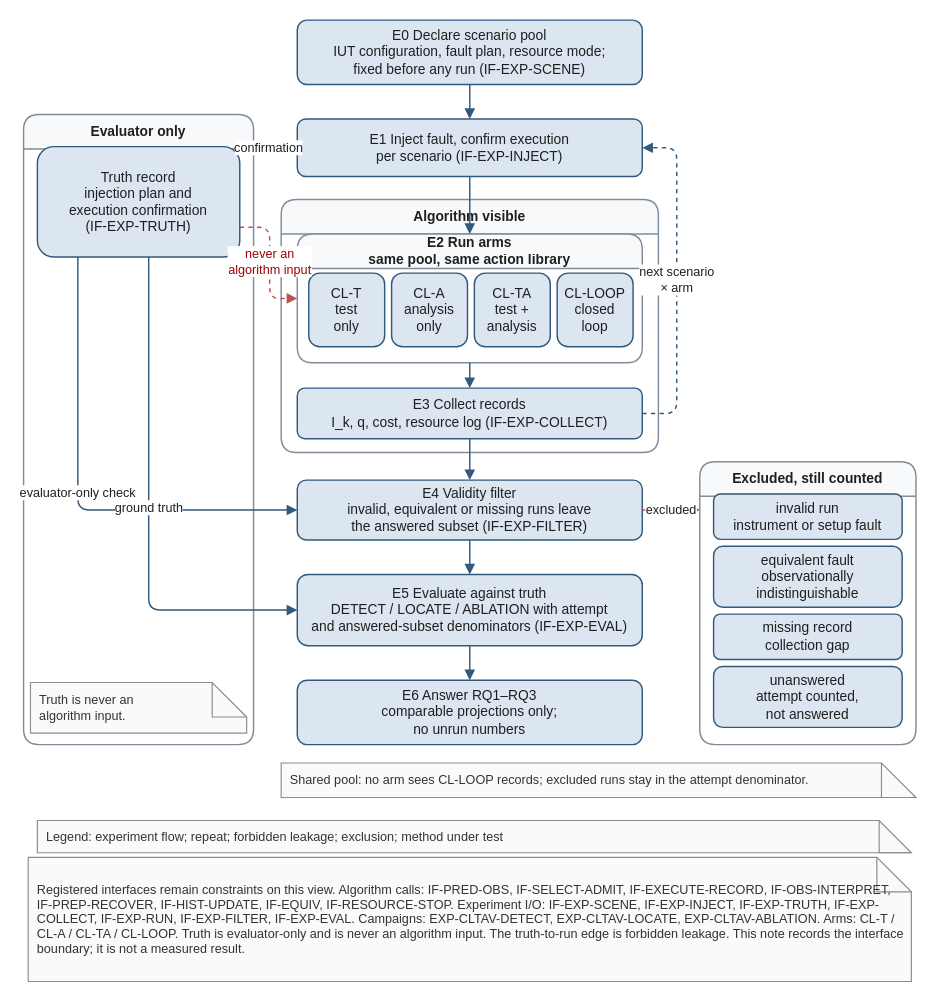
Before: docs/research/publication/models/drawio/FIG-CL-TAV-09-experiment-architecture.drawio in ZhangChi0727/arinc-615a-conformance, a draw.io diagram. Source tidied: cells renumbered, new cells numbered last; positions are measured from the earlier drawing's top-left corner, leaving out a move shared by most shapes. Both pictures are drawn from the tidied source at 115%, with x=0, y=0 at pixel (23, 20).
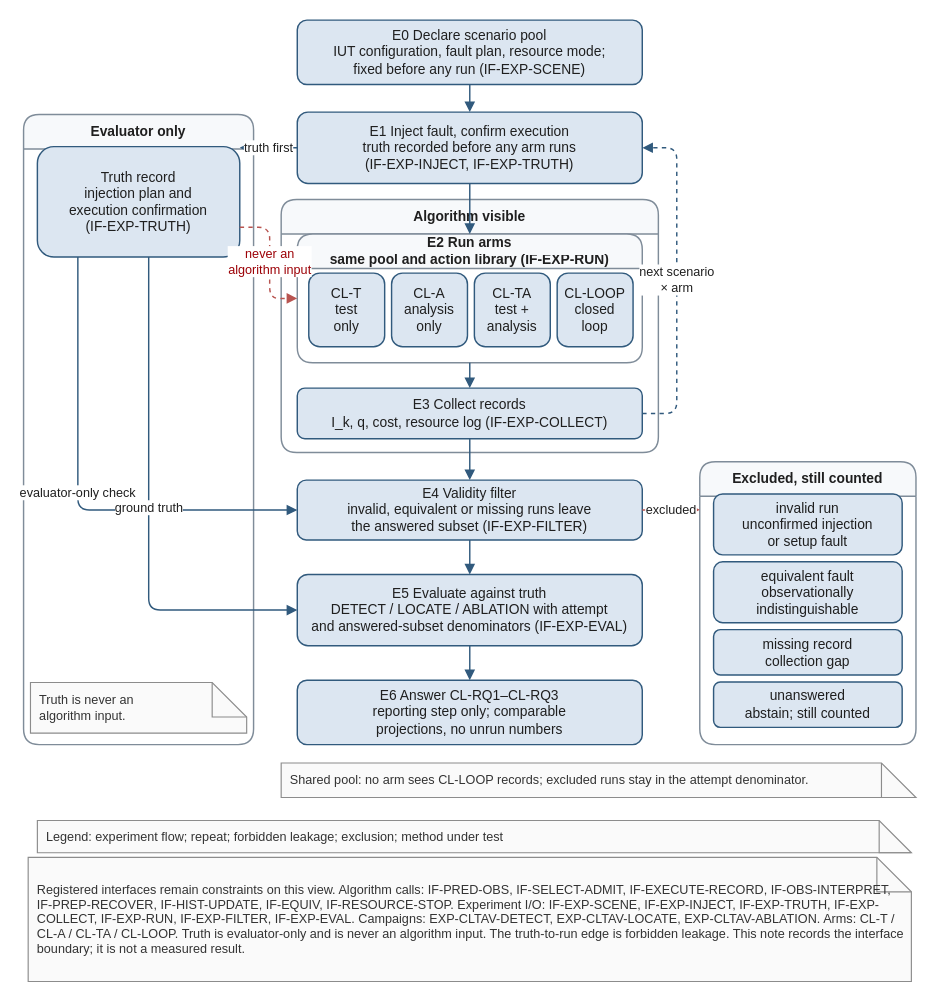
Above is the later version.

The change refers to these unchanged cells:
```xml
<mxCell id="4" value="Excluded, still counted" style="swimlane;horizontal=1;startSize=30;rounded=1;whiteSpace=wrap;html=1;fillColor=#F7F9FB;swimlaneFillColor=#FFFFFF;strokeColor=#7F8C99;strokeWidth=1.25;fontFamily=Helvetica;fontSize=12;fontStyle=1;fontColor=#1F1F1F;shadow=0;glass=0;gradientColor=none;" parent="1" vertex="1">
  <mxGeometry x="588" y="384" width="188" height="246" as="geometry" />
</mxCell>
<mxCell id="16" value="Truth record&lt;br&gt;injection plan and&lt;br&gt;execution confirmation&lt;br&gt;(IF-EXP-TRUTH)" style="rounded=1;whiteSpace=wrap;html=1;fillColor=#DCE6F1;strokeColor=#315A7D;strokeWidth=1.25;fontFamily=Helvetica;fontSize=12;fontColor=#1F1F1F;align=center;verticalAlign=middle;spacing=6;shadow=0;glass=0;gradientColor=none;" parent="2" vertex="1">
  <mxGeometry x="12" y="28" width="176" height="96" as="geometry" />
</mxCell>
```

Diff of the diagram source:
```diff
@@
-    <mxCell id="5" value="E2  Run arms&lt;br&gt;same pool, same action library" style="swimlane;horizontal=1;startSize=30;rounded=1;whiteSpace=wrap;html=1;fillColor=#F7F9FB;swimlaneFillColor=#FFFFFF;strokeColor=#7F8C99;strokeWidth=1.25;fontFamily=Helvetica;fontSize=12;fontStyle=1;fontColor=#1F1F1F;shadow=0;glass=0;gradientColor=none;" parent="1" vertex="1">
+    <mxCell id="5" value="E2  Run arms&lt;br&gt;same pool and action library  (IF-EXP-RUN)" style="swimlane;horizontal=1;startSize=30;rounded=1;whiteSpace=wrap;html=1;fillColor=#F7F9FB;swimlaneFillColor=#FFFFFF;strokeColor=#7F8C99;strokeWidth=1.25;fontFamily=Helvetica;fontSize=12;fontStyle=1;fontColor=#1F1F1F;shadow=0;glass=0;gradientColor=none;" parent="1" vertex="1">
       <mxGeometry x="238" y="186" width="300" height="112" as="geometry" />
     </mxCell>
@@
-    <mxCell id="7" value="E1  Inject fault, confirm execution&lt;br&gt;per scenario  (IF-EXP-INJECT)" style="rounded=1;whiteSpace=wrap;html=1;fillColor=#DCE6F1;strokeColor=#315A7D;strokeWidth=1.25;fontFamily=Helvetica;fontSize=12;fontColor=#1F1F1F;align=center;verticalAlign=middle;spacing=6;shadow=0;glass=0;gradientColor=none;" parent="1" vertex="1">
-      <mxGeometry x="238" y="86" width="300" height="50" as="geometry" />
+    <mxCell id="7" value="E1  Inject fault, confirm execution&lt;br&gt;truth recorded before any arm runs&lt;br&gt;(IF-EXP-INJECT, IF-EXP-TRUTH)" style="rounded=1;whiteSpace=wrap;html=1;fillColor=#DCE6F1;strokeColor=#315A7D;strokeWidth=1.25;fontFamily=Helvetica;fontSize=12;fontColor=#1F1F1F;align=center;verticalAlign=middle;spacing=6;shadow=0;glass=0;gradientColor=none;" parent="1" vertex="1">
+      <mxGeometry x="238" y="80" width="300" height="62" as="geometry" />
     </mxCell>
@@
-    <mxCell id="15" value="E6  Answer RQ1–RQ3&lt;br&gt;comparable projections only;&lt;br&gt;no unrun numbers" style="rounded=1;whiteSpace=wrap;html=1;fillColor=#DCE6F1;strokeColor=#315A7D;strokeWidth=1.25;fontFamily=Helvetica;fontSize=12;fontColor=#1F1F1F;align=center;verticalAlign=middle;spacing=6;shadow=0;glass=0;gradientColor=none;" parent="1" vertex="1">
+    <mxCell id="15" value="E6  Answer CL-RQ1–CL-RQ3&lt;br&gt;reporting step only; comparable&lt;br&gt;projections, no unrun numbers" style="rounded=1;whiteSpace=wrap;html=1;fillColor=#DCE6F1;strokeColor=#315A7D;strokeWidth=1.25;fontFamily=Helvetica;fontSize=12;fontColor=#1F1F1F;align=center;verticalAlign=middle;spacing=6;shadow=0;glass=0;gradientColor=none;" parent="1" vertex="1">
       <mxGeometry x="238" y="574" width="300" height="56" as="geometry" />
     </mxCell>
@@
-    <mxCell id="17" value="invalid run&lt;br&gt;instrument or setup fault" style="rounded=1;whiteSpace=wrap;html=1;fillColor=#DCE6F1;strokeColor=#315A7D;strokeWidth=1.25;fontFamily=Helvetica;fontSize=12;fontColor=#1F1F1F;align=center;verticalAlign=middle;spacing=6;shadow=0;glass=0;gradientColor=none;" parent="4" vertex="1">
-      <mxGeometry x="12" y="28" width="164" height="39.5" as="geometry" />
+    <mxCell id="17" value="invalid run&lt;br&gt;unconfirmed injection&lt;br&gt;or setup fault" style="rounded=1;whiteSpace=wrap;html=1;fillColor=#DCE6F1;strokeColor=#315A7D;strokeWidth=1.25;fontFamily=Helvetica;fontSize=12;fontColor=#1F1F1F;align=center;verticalAlign=middle;spacing=6;shadow=0;glass=0;gradientColor=none;" parent="4" vertex="1">
+      <mxGeometry x="12" y="28" width="164" height="53" as="geometry" />
     </mxCell>
     <mxCell id="18" value="equivalent fault&lt;br&gt;observationally&lt;br&gt;indistinguishable" style="rounded=1;whiteSpace=wrap;html=1;fillColor=#DCE6F1;strokeColor=#315A7D;strokeWidth=1.25;fontFamily=Helvetica;fontSize=12;fontColor=#1F1F1F;align=center;verticalAlign=middle;spacing=6;shadow=0;glass=0;gradientColor=none;" parent="4" vertex="1">
-      <mxGeometry x="12" y="73.5" width="164" height="53" as="geometry" />
+      <mxGeometry x="12" y="87" width="164" height="53" as="geometry" />
     </mxCell>
     <mxCell id="19" value="missing record&lt;br&gt;collection gap" style="rounded=1;whiteSpace=wrap;html=1;fillColor=#DCE6F1;strokeColor=#315A7D;strokeWidth=1.25;fontFamily=Helvetica;fontSize=12;fontColor=#1F1F1F;align=center;verticalAlign=middle;spacing=6;shadow=0;glass=0;gradientColor=none;" parent="4" vertex="1">
-      <mxGeometry x="12" y="132.5" width="164" height="39.5" as="geometry" />
+      <mxGeometry x="12" y="146" width="164" height="39.5" as="geometry" />
     </mxCell>
-    <mxCell id="20" value="unanswered&lt;br&gt;attempt counted,&lt;br&gt;not answered" style="rounded=1;whiteSpace=wrap;html=1;fillColor=#DCE6F1;strokeColor=#315A7D;strokeWidth=1.25;fontFamily=Helvetica;fontSize=12;fontColor=#1F1F1F;align=center;verticalAlign=middle;spacing=6;shadow=0;glass=0;gradientColor=none;" parent="4" vertex="1">
-      <mxGeometry x="12" y="178" width="164" height="53" as="geometry" />
+    <mxCell id="20" value="unanswered&lt;br&gt;abstain; still counted" style="rounded=1;whiteSpace=wrap;html=1;fillColor=#DCE6F1;strokeColor=#315A7D;strokeWidth=1.25;fontFamily=Helvetica;fontSize=12;fontColor=#1F1F1F;align=center;verticalAlign=middle;spacing=6;shadow=0;glass=0;gradientColor=none;" parent="4" vertex="1">
+      <mxGeometry x="12" y="191.5" width="164" height="39.5" as="geometry" />
     </mxCell>
@@
-    <mxCell id="31" value="confirmation" style="edgeStyle=orthogonalEdgeStyle;rounded=1;jettySize=auto;html=1;strokeWidth=1.25;fontFamily=Helvetica;fontSize=11;fontColor=#1F1F1F;labelBackgroundColor=#FFFFFF;endArrow=block;strokeColor=#315A7D;exitX=0;exitY=0.5;entryX=1;entryY=0.01;exitDx=0;exitDy=0;exitPerimeter=1;entryDx=0;entryDy=0;entryPerimeter=1;" parent="1" edge="1" source="7" target="16">
+    <mxCell id="31" value="truth first" style="edgeStyle=orthogonalEdgeStyle;rounded=1;jettySize=auto;html=1;strokeWidth=1.25;fontFamily=Helvetica;fontSize=11;fontColor=#1F1F1F;labelBackgroundColor=#FFFFFF;endArrow=block;strokeColor=#315A7D;exitX=0;exitY=0.5;entryX=1;entryY=0.01;exitDx=0;exitDy=0;exitPerimeter=1;entryDx=0;entryDy=0;entryPerimeter=1;" parent="1" edge="1" source="7" target="16">
       <mxGeometry relative="1" as="geometry">
         <Array as="points">
           <mxPoint x="214" y="111" />
         </Array>
       </mxGeometry>
     </mxCell>
```
